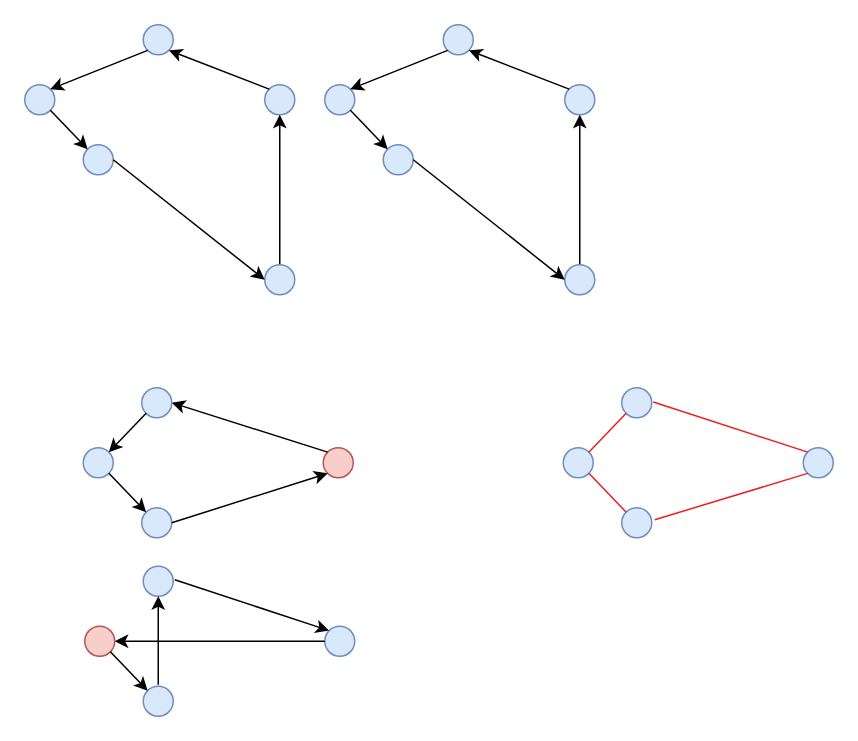
YinhuaChen-cloud/Advanced_Algorithm_hw keeps this draw.io diagram as 1-2.drawio. Above is the earlier version. Source tidied: cells renumbered, new cells numbered last; positions are measured from the earlier drawing's top-left corner, leaving out a move shared by most shapes. Both pictures are drawn from the tidied source at 150%, with x=0, y=0 at pixel (24, 24).
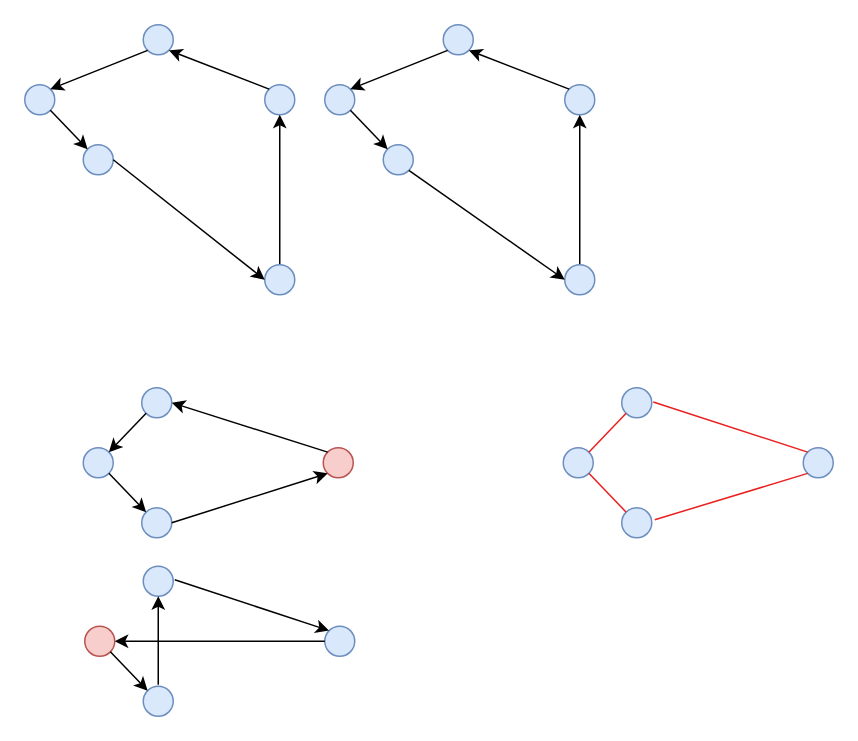
After the change.

The change refers to these unchanged cells:
```xml
<mxCell id="39" style="ellipse;whiteSpace=wrap;html=1;fillColor=#dae8fc;strokeColor=#6c8ebf;" parent="1" vertex="1">
  <mxGeometry x="239" y="80" width="20" height="20" as="geometry" />
</mxCell>
<mxCell id="44" style="ellipse;whiteSpace=wrap;html=1;fillColor=#dae8fc;strokeColor=#6c8ebf;" parent="1" vertex="1">
  <mxGeometry x="360" y="160" width="20" height="20" as="geometry" />
</mxCell>
```

Change to the diagram source:
```diff
@@
-    <mxCell id="45" style="endArrow=classic;html=1;rounded=0;entryX=0;entryY=0.5;entryDx=0;entryDy=0;exitX=1;exitY=0.5;exitDx=0;exitDy=0;" parent="1" edge="1" source="39" target="44">
+    <mxCell id="45" style="endArrow=classic;html=1;rounded=0;entryX=0;entryY=0.5;entryDx=0;entryDy=0;exitX=1;exitY=1;exitDx=0;exitDy=0;" parent="1" edge="1" source="39" target="44">
       <mxGeometry relative="1" as="geometry" />
     </mxCell>
```
